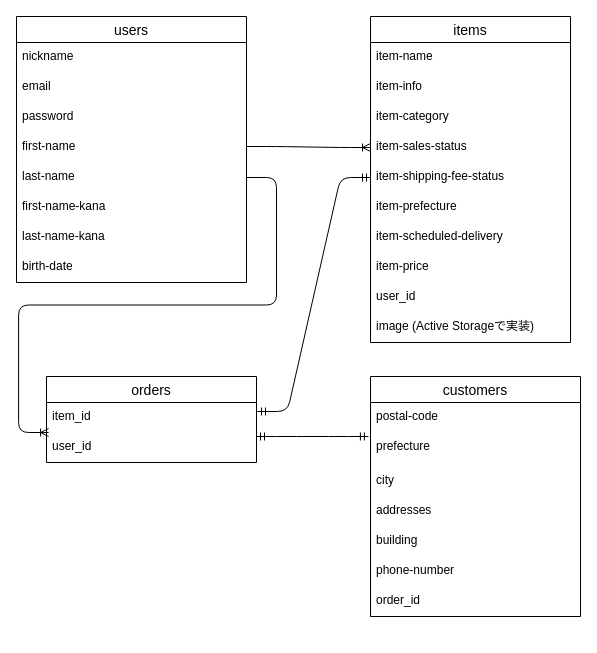
Before: tables.dio in YTtech50/furima-30609, a draw.io diagram. Source tidied: cells renumbered, new cells numbered last; positions are measured from the earlier drawing's top-left corner, leaving out a move shared by most shapes. Both pictures are drawn from the tidied source at 100%, with x=0, y=0 at pixel (16, 16).
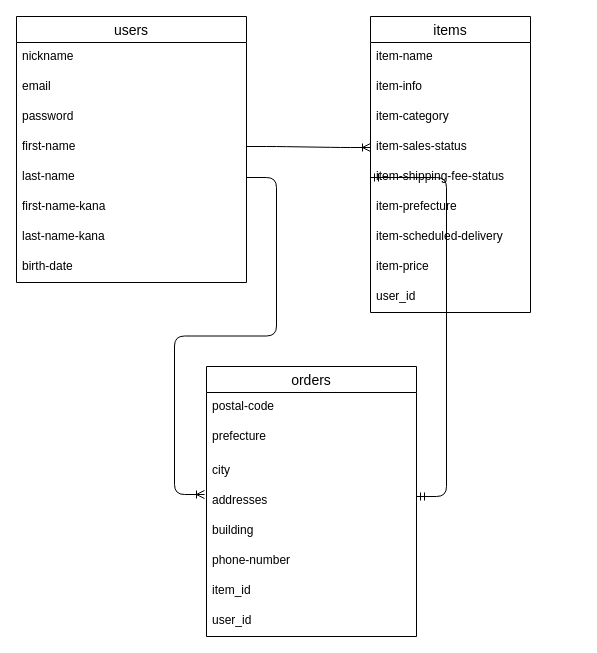
After the change.

The change refers to these unchanged cells:
```xml
<mxCell id="7" value="last-name" style="text;strokeColor=none;fillColor=none;spacingLeft=4;spacingRight=4;overflow=hidden;points=[[0,0.5],[1,0.5]];portConstraint=eastwest;fontSize=12;" parent="2" vertex="1">
  <mxGeometry y="146" width="230" height="30" as="geometry" />
</mxCell>
```

The edit, as a diff of the source:
```diff
@@
     <mxCell id="11" value="items" style="swimlane;fontStyle=0;horizontal=1;startSize=26;align=center;fontSize=14;" parent="1" vertex="1">
-      <mxGeometry x="354" width="200" height="326" as="geometry" />
+      <mxGeometry x="354" width="160" height="296" as="geometry" />
     </mxCell>
     <mxCell id="12" value="item-name" style="text;strokeColor=none;fillColor=none;spacingLeft=4;spacingRight=4;overflow=hidden;fontSize=12;" parent="11" vertex="1">
-      <mxGeometry y="26" width="200" height="30" as="geometry" />
+      <mxGeometry y="26" width="160" height="30" as="geometry" />
     </mxCell>
     <mxCell id="13" value="item-info" style="text;strokeColor=none;fillColor=none;spacingLeft=4;spacingRight=4;overflow=hidden;fontSize=12;" parent="11" vertex="1">
-      <mxGeometry y="56" width="200" height="30" as="geometry" />
+      <mxGeometry y="56" width="160" height="30" as="geometry" />
     </mxCell>
     <mxCell id="14" value="item-category" style="text;strokeColor=none;fillColor=none;spacingLeft=4;spacingRight=4;overflow=hidden;fontSize=12;" parent="11" vertex="1">
-      <mxGeometry y="86" width="200" height="30" as="geometry" />
+      <mxGeometry y="86" width="160" height="30" as="geometry" />
     </mxCell>
     <mxCell id="15" value="item-sales-status" style="text;strokeColor=none;fillColor=none;spacingLeft=4;spacingRight=4;overflow=hidden;points=[[0,0.5],[1,0.5]];portConstraint=eastwest;fontSize=12;" parent="11" vertex="1">
-      <mxGeometry y="116" width="200" height="30" as="geometry" />
+      <mxGeometry y="116" width="160" height="30" as="geometry" />
     </mxCell>
     <mxCell id="16" value="item-shipping-fee-status" style="text;strokeColor=none;fillColor=none;spacingLeft=4;spacingRight=4;overflow=hidden;points=[[0,0.5],[1,0.5]];portConstraint=eastwest;fontSize=12;" parent="11" vertex="1">
-      <mxGeometry y="146" width="200" height="30" as="geometry" />
+      <mxGeometry y="146" width="160" height="30" as="geometry" />
     </mxCell>
     <mxCell id="17" value="item-prefecture" style="text;strokeColor=none;fillColor=none;spacingLeft=4;spacingRight=4;overflow=hidden;fontSize=12;" parent="11" vertex="1">
-      <mxGeometry y="176" width="200" height="30" as="geometry" />
+      <mxGeometry y="176" width="160" height="30" as="geometry" />
     </mxCell>
     <mxCell id="18" value="item-scheduled-delivery" style="text;strokeColor=none;fillColor=none;spacingLeft=4;spacingRight=4;overflow=hidden;fontSize=12;" parent="11" vertex="1">
-      <mxGeometry y="206" width="200" height="30" as="geometry" />
+      <mxGeometry y="206" width="160" height="30" as="geometry" />
     </mxCell>
     <mxCell id="19" value="item-price" style="text;strokeColor=none;fillColor=none;spacingLeft=4;spacingRight=4;overflow=hidden;fontSize=12;" parent="11" vertex="1">
-      <mxGeometry y="236" width="200" height="30" as="geometry" />
+      <mxGeometry y="236" width="160" height="30" as="geometry" />
     </mxCell>
     <mxCell id="20" value="user_id" style="text;strokeColor=none;fillColor=none;spacingLeft=4;spacingRight=4;overflow=hidden;fontSize=12;" parent="11" vertex="1">
-      <mxGeometry y="266" width="200" height="30" as="geometry" />
+      <mxGeometry y="266" width="160" height="30" as="geometry" />
     </mxCell>
-    <mxCell id="21" value="image (Active Storageで実装)" style="text;strokeColor=none;fillColor=none;spacingLeft=4;spacingRight=4;overflow=hidden;fontSize=12;" parent="11" vertex="1">
-      <mxGeometry y="296" width="200" height="30" as="geometry" />
-    </mxCell>
-    <mxCell id="22" style="edgeStyle=entityRelationEdgeStyle;fontSize=12;html=1;endArrow=ERoneToMany;entryX=0;entryY=0.5;entryDx=0;entryDy=0;" parent="1" edge="1" target="15">
-      <mxGeometry relative="1" as="geometry">
-        <mxPoint x="230" y="130" as="sourcePoint" />
-      </mxGeometry>
-    </mxCell>
-    <mxCell id="23" style="edgeStyle=entityRelationEdgeStyle;fontSize=12;html=1;endArrow=ERoneToMany;exitX=1;exitY=0.5;exitDx=0;exitDy=0;entryX=0.01;entryY=1;entryDx=0;entryDy=0;entryPerimeter=0;" parent="1" edge="1" source="7">
-      <mxGeometry relative="1" as="geometry">
-        <mxPoint x="32.1" y="416" as="targetPoint" />
-      </mxGeometry>
-    </mxCell>
-    <mxCell id="24" style="edgeStyle=entityRelationEdgeStyle;fontSize=12;html=1;endArrow=ERmandOne;startArrow=ERmandOne;entryX=0;entryY=0.5;entryDx=0;entryDy=0;exitX=1.005;exitY=0.3;exitDx=0;exitDy=0;exitPerimeter=0;" parent="1" edge="1" target="16">
-      <mxGeometry relative="1" as="geometry">
-        <mxPoint x="241" y="395" as="sourcePoint" />
-      </mxGeometry>
-    </mxCell>
     <mxCell id="25" value="orders" style="swimlane;fontStyle=0;horizontal=1;startSize=26;align=center;fontSize=14;" parent="1" vertex="1">
-      <mxGeometry x="30" y="360" width="210" height="86" as="geometry" />
+      <mxGeometry x="190" y="350" width="210" height="270" as="geometry" />
     </mxCell>
-    <mxCell id="26" value="item_id" style="text;strokeColor=none;fillColor=none;spacingLeft=4;spacingRight=4;overflow=hidden;fontSize=12;" parent="25" vertex="1">
-      <mxGeometry y="26" width="210" height="30" as="geometry" />
-    </mxCell>
-    <mxCell id="27" value="user_id" style="text;strokeColor=none;fillColor=none;spacingLeft=4;spacingRight=4;overflow=hidden;fontSize=12;" parent="25" vertex="1">
-      <mxGeometry y="56" width="210" height="30" as="geometry" />
-    </mxCell>
-    <mxCell id="28" value="customers" style="swimlane;fontStyle=0;horizontal=1;startSize=26;align=center;fontSize=14;" parent="1" vertex="1">
-      <mxGeometry x="354" y="360" width="210" height="240" as="geometry" />
-    </mxCell>
-    <mxCell id="29" value="postal-code" style="text;strokeColor=none;fillColor=none;spacingLeft=4;spacingRight=4;overflow=hidden;fontSize=12;" parent="28" vertex="1">
+    <mxCell id="29" value="postal-code" style="text;strokeColor=none;fillColor=none;spacingLeft=4;spacingRight=4;overflow=hidden;fontSize=12;" parent="25" vertex="1">
       <mxGeometry y="26" width="210" height="30" as="geometry" />
     </mxCell>
-    <mxCell id="30" value="prefecture" style="text;strokeColor=none;fillColor=none;spacingLeft=4;spacingRight=4;overflow=hidden;points=[[0,0.5],[1,0.5]];portConstraint=eastwest;fontSize=12;" parent="28" vertex="1">
+    <mxCell id="30" value="prefecture" style="text;strokeColor=none;fillColor=none;spacingLeft=4;spacingRight=4;overflow=hidden;points=[[0,0.5],[1,0.5]];portConstraint=eastwest;fontSize=12;" parent="25" vertex="1">
       <mxGeometry y="56" width="210" height="34" as="geometry" />
     </mxCell>
-    <mxCell id="31" value="city" style="text;strokeColor=none;fillColor=none;spacingLeft=4;spacingRight=4;overflow=hidden;fontSize=12;" parent="28" vertex="1">
+    <mxCell id="31" value="city" style="text;strokeColor=none;fillColor=none;spacingLeft=4;spacingRight=4;overflow=hidden;fontSize=12;" parent="25" vertex="1">
       <mxGeometry y="90" width="210" height="30" as="geometry" />
     </mxCell>
-    <mxCell id="32" value="addresses" style="text;strokeColor=none;fillColor=none;spacingLeft=4;spacingRight=4;overflow=hidden;fontSize=12;" parent="28" vertex="1">
+    <mxCell id="32" value="addresses" style="text;strokeColor=none;fillColor=none;spacingLeft=4;spacingRight=4;overflow=hidden;fontSize=12;" parent="25" vertex="1">
       <mxGeometry y="120" width="210" height="30" as="geometry" />
     </mxCell>
-    <mxCell id="33" value="building" style="text;strokeColor=none;fillColor=none;spacingLeft=4;spacingRight=4;overflow=hidden;fontSize=12;" parent="28" vertex="1">
+    <mxCell id="33" value="building" style="text;strokeColor=none;fillColor=none;spacingLeft=4;spacingRight=4;overflow=hidden;fontSize=12;" parent="25" vertex="1">
       <mxGeometry y="150" width="210" height="30" as="geometry" />
     </mxCell>
-    <mxCell id="34" value="phone-number" style="text;strokeColor=none;fillColor=none;spacingLeft=4;spacingRight=4;overflow=hidden;fontSize=12;" parent="28" vertex="1">
+    <mxCell id="34" value="phone-number" style="text;strokeColor=none;fillColor=none;spacingLeft=4;spacingRight=4;overflow=hidden;fontSize=12;" parent="25" vertex="1">
       <mxGeometry y="180" width="210" height="30" as="geometry" />
     </mxCell>
-    <mxCell id="35" value="order_id" style="text;strokeColor=none;fillColor=none;spacingLeft=4;spacingRight=4;overflow=hidden;fontSize=12;" parent="28" vertex="1">
-      <mxGeometry y="210" width="210" height="30" as="geometry" />
-    </mxCell>
-    <mxCell id="36" style="edgeStyle=entityRelationEdgeStyle;fontSize=12;html=1;endArrow=ERmandOne;startArrow=ERmandOne;entryX=-0.01;entryY=0.118;entryDx=0;entryDy=0;entryPerimeter=0;" parent="1" edge="1" target="30">
-      <mxGeometry relative="1" as="geometry">
-        <mxPoint x="240" y="420" as="sourcePoint" />
-      </mxGeometry>
-    </mxCell>
+    <mxCell id="26" value="item_id" style="text;strokeColor=none;fillColor=none;spacingLeft=4;spacingRight=4;overflow=hidden;fontSize=12;" parent="25" vertex="1">
+      <mxGeometry y="210" width="210" height="30" as="geometry" />
+    </mxCell>
+    <mxCell id="27" value="user_id" style="text;strokeColor=none;fillColor=none;spacingLeft=4;spacingRight=4;overflow=hidden;fontSize=12;" parent="25" vertex="1">
+      <mxGeometry y="240" width="210" height="30" as="geometry" />
+    </mxCell>
+    <mxCell id="22" style="edgeStyle=entityRelationEdgeStyle;fontSize=12;html=1;endArrow=ERoneToMany;entryX=0;entryY=0.5;entryDx=0;entryDy=0;" parent="1" edge="1" target="15">
+      <mxGeometry relative="1" as="geometry">
+        <mxPoint x="230" y="130" as="sourcePoint" />
+      </mxGeometry>
+    </mxCell>
+    <mxCell id="23" style="edgeStyle=entityRelationEdgeStyle;fontSize=12;html=1;endArrow=ERoneToMany;exitX=1;exitY=0.5;exitDx=0;exitDy=0;" parent="1" edge="1" source="7">
+      <mxGeometry relative="1" as="geometry">
+        <mxPoint x="188" y="478" as="targetPoint" />
+      </mxGeometry>
+    </mxCell>
+    <mxCell id="24" style="edgeStyle=entityRelationEdgeStyle;fontSize=12;html=1;endArrow=ERmandOne;startArrow=ERmandOne;entryX=0;entryY=0.5;entryDx=0;entryDy=0;" parent="1" edge="1" target="16">
+      <mxGeometry relative="1" as="geometry">
+        <mxPoint x="400" y="480" as="sourcePoint" />
+      </mxGeometry>
+    </mxCell>
```
